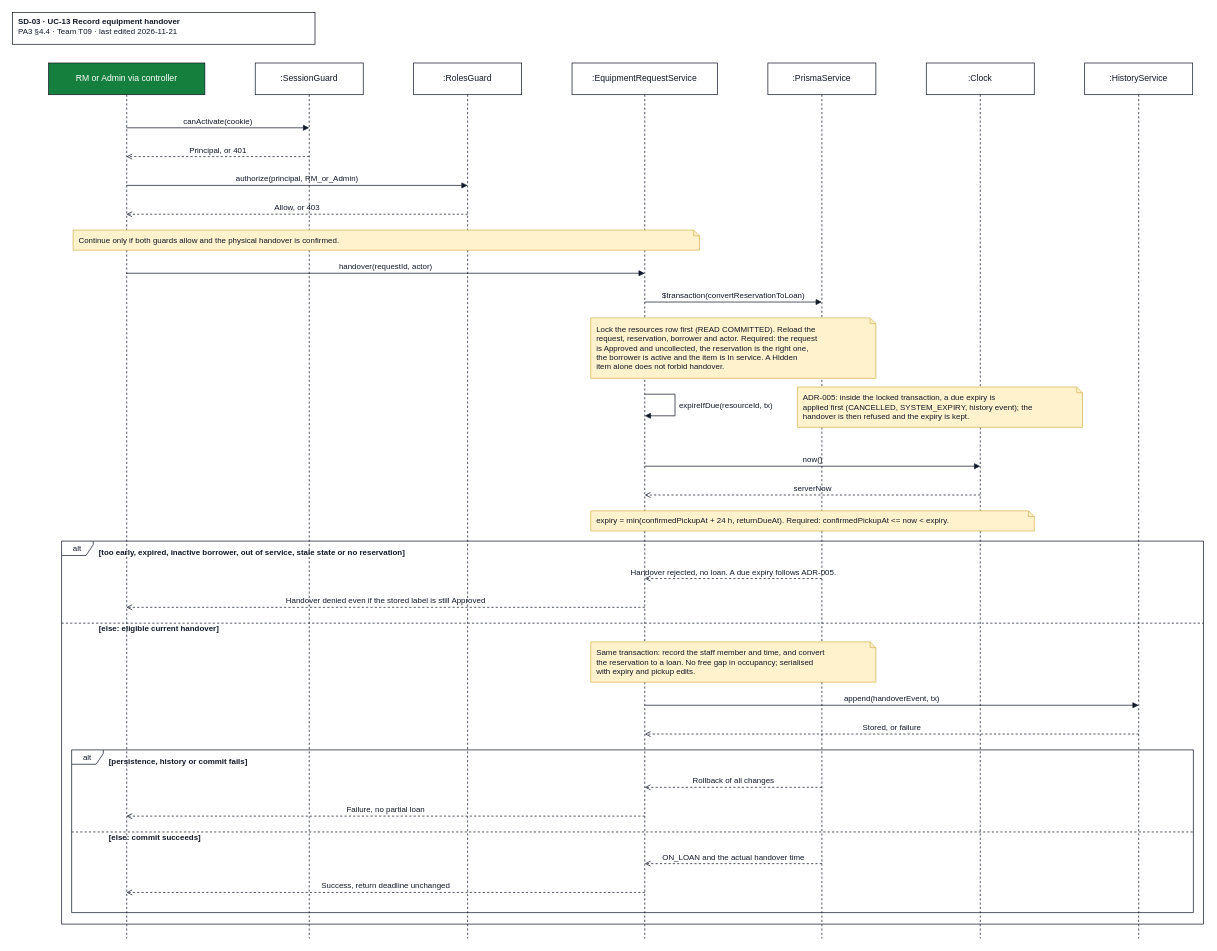
The draw.io diagram docs/design/diagrams/SD-03_uc13-handover.drawio in JuliaTrang/T09-CampusBorrow, before the edit. Source tidied: cells renumbered, new cells numbered last; positions are measured from the earlier drawing's top-left corner, leaving out a move shared by most shapes. Both pictures are drawn from the tidied source at 72%, with x=0, y=0 at pixel (12, 12).
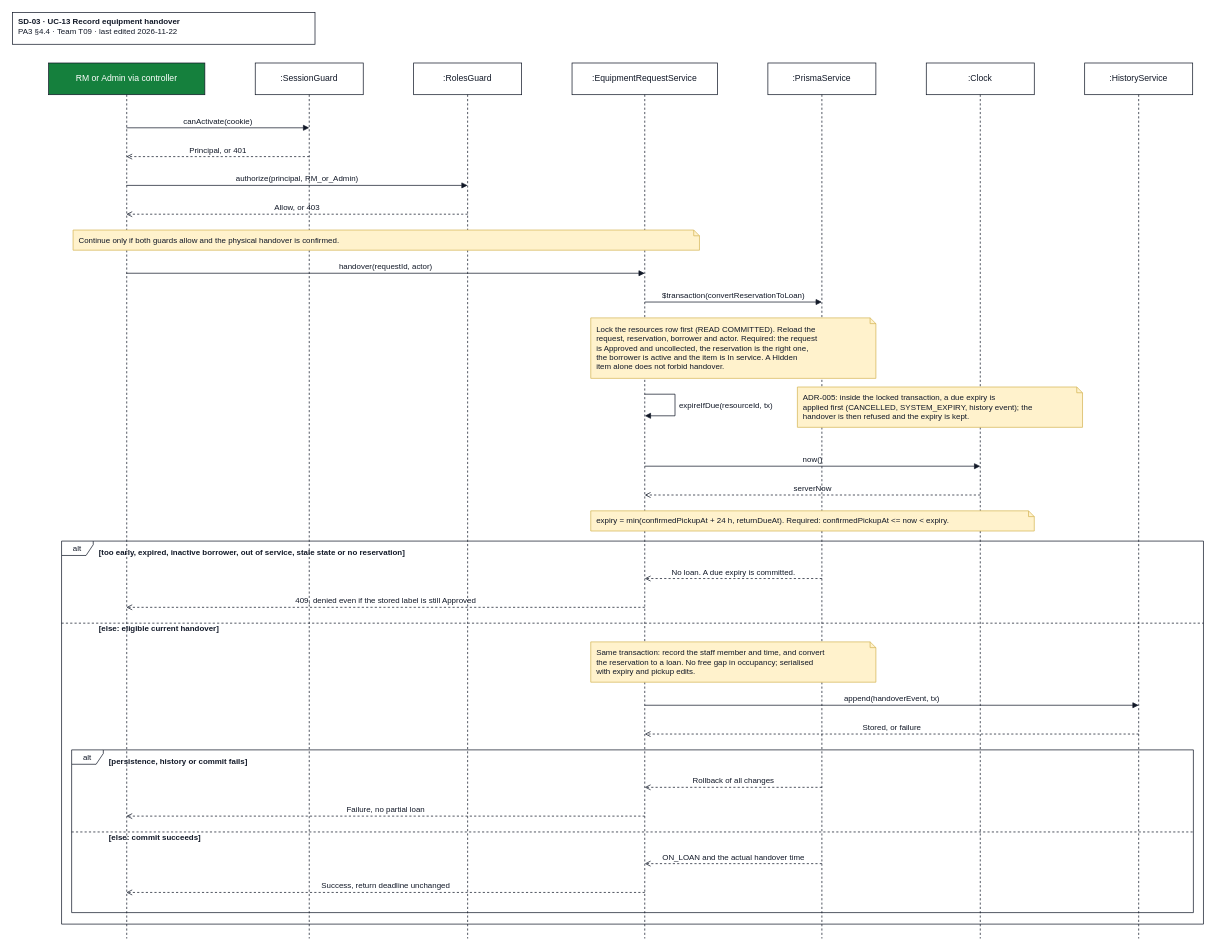
Above is the later version.

Commit message (it also covers changes not shown here):
docs(pa3): add UC-12/14/15 operations and the expiry refusal rule

Change to the diagram source:
```diff
@@
-    <mxCell id="2" value="&lt;b&gt;SD-03 · UC-13 Record equipment handover&lt;/b&gt;&lt;br&gt;PA3 §4.4 · Team T09 · last edited 2026-11-21" style="rounded=0;whiteSpace=wrap;html=1;align=left;verticalAlign=top;spacingLeft=6;strokeColor=#111827;fillColor=#ffffff;fontFamily=Arial;fontSize=11;fontColor=#111827;" parent="1" vertex="1">
+    <mxCell id="2" value="&lt;b&gt;SD-03 · UC-13 Record equipment handover&lt;/b&gt;&lt;br&gt;PA3 §4.4 · Team T09 · last edited 2026-11-22" style="rounded=0;whiteSpace=wrap;html=1;align=left;verticalAlign=top;spacingLeft=6;strokeColor=#111827;fillColor=#ffffff;fontFamily=Arial;fontSize=11;fontColor=#111827;" parent="1" vertex="1">
       <mxGeometry width="420" height="44" as="geometry" />
     </mxCell>
@@
-    <mxCell id="30" value="Handover rejected, no loan. A due expiry follows ADR-005." style="html=1;verticalAlign=bottom;labelBackgroundColor=none;strokeColor=#111827;fontFamily=Arial;fontSize=11;fontColor=#111827;dashed=1;endArrow=open;endFill=0;" parent="1" edge="1">
+    <mxCell id="30" value="No loan. A due expiry is committed." style="html=1;verticalAlign=bottom;labelBackgroundColor=none;strokeColor=#111827;fontFamily=Arial;fontSize=11;fontColor=#111827;dashed=1;endArrow=open;endFill=0;" parent="1" edge="1">
       <mxGeometry relative="1" as="geometry">
         <mxPoint x="1124" y="786" as="sourcePoint" />
         <mxPoint x="878" y="786" as="targetPoint" />
       </mxGeometry>
     </mxCell>
-    <mxCell id="31" value="Handover denied even if the stored label is still Approved" style="html=1;verticalAlign=bottom;labelBackgroundColor=none;strokeColor=#111827;fontFamily=Arial;fontSize=11;fontColor=#111827;dashed=1;endArrow=open;endFill=0;" parent="1" edge="1">
+    <mxCell id="31" value="409, denied even if the stored label is still Approved" style="html=1;verticalAlign=bottom;labelBackgroundColor=none;strokeColor=#111827;fontFamily=Arial;fontSize=11;fontColor=#111827;dashed=1;endArrow=open;endFill=0;" parent="1" edge="1">
       <mxGeometry relative="1" as="geometry">
         <mxPoint x="878" y="826" as="sourcePoint" />
         <mxPoint x="158" y="826" as="targetPoint" />
       </mxGeometry>
     </mxCell>
```
